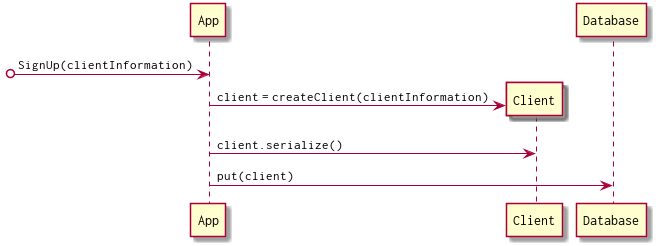
The PlantUML diagram Diagrams/registerClient.png in TwanSchoonen/Networking2018, before a commit.
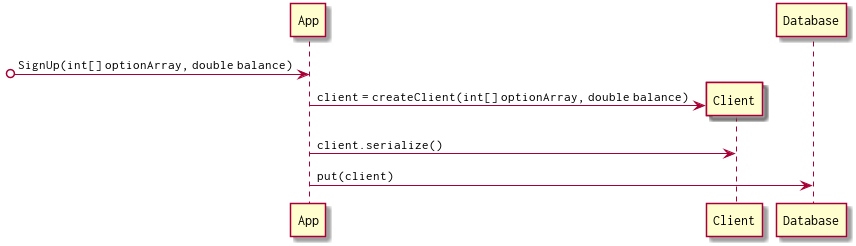
The same file after the commit.

The edit, as a diff of the source:
```diff
@@ -1,7 +1,7 @@
 @startuml
-[o->App : SignUp(clientInformation)
+[o->App : SignUp(int[] optionArray, double balance)
 create "Client"
-App -> Client : client = createClient(clientInformation)
+App -> Client : client = createClient(int[] optionArray, double balance)
 App -> Client : client.serialize()
 App -> Database : put(client)
 @enduml
```
